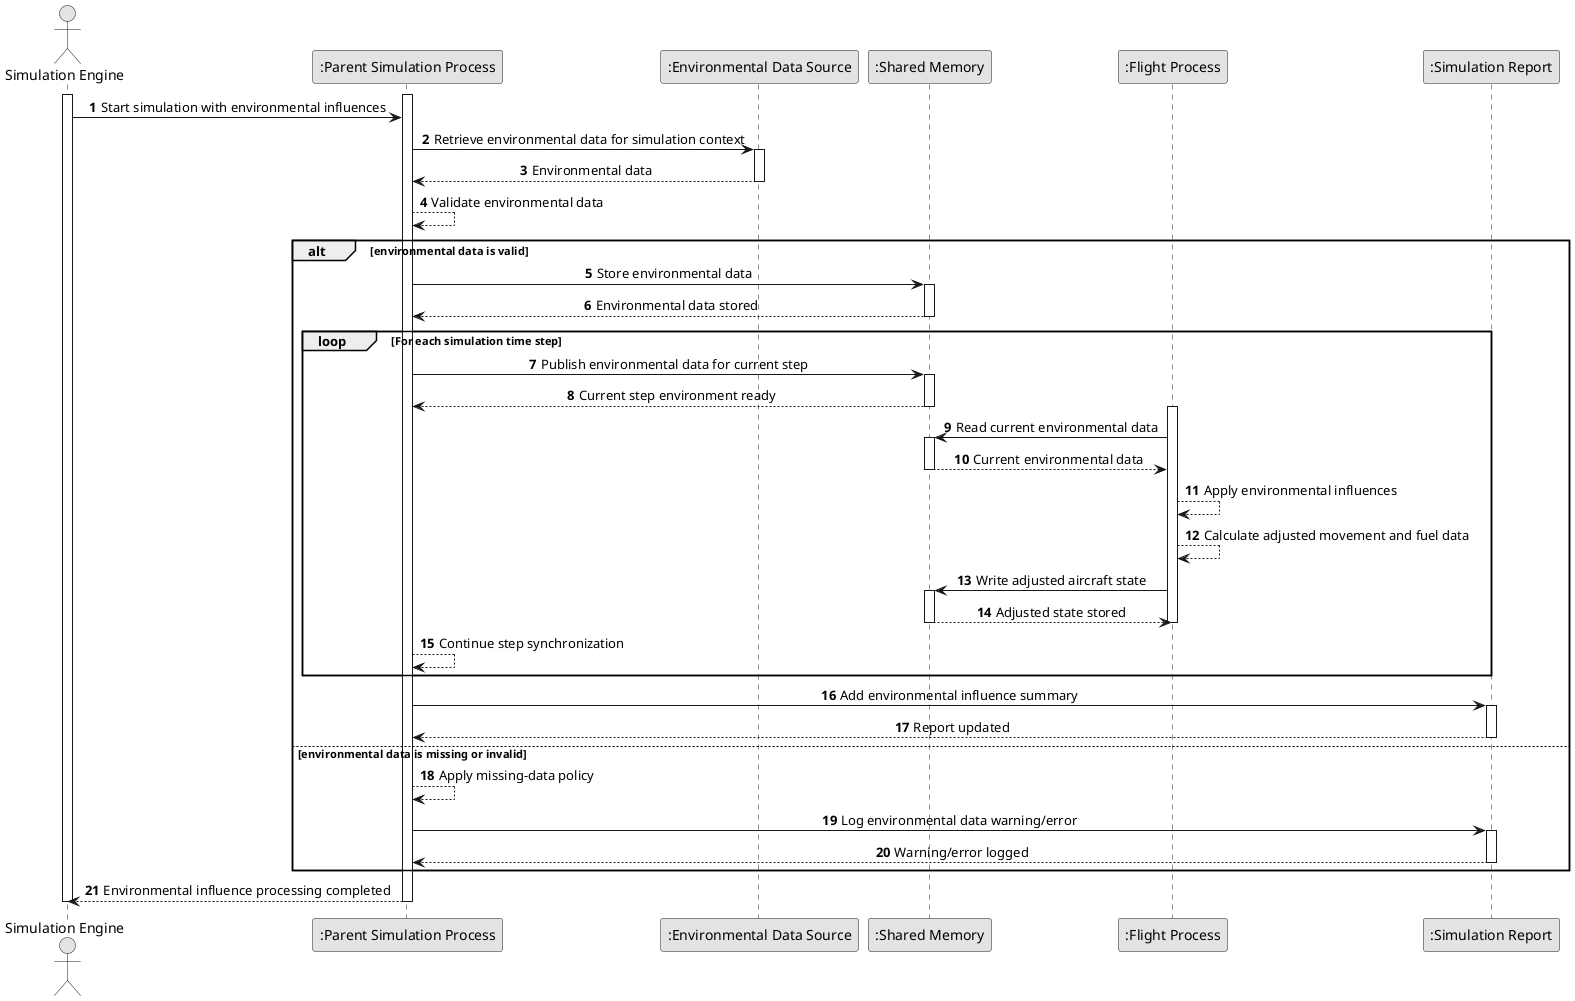
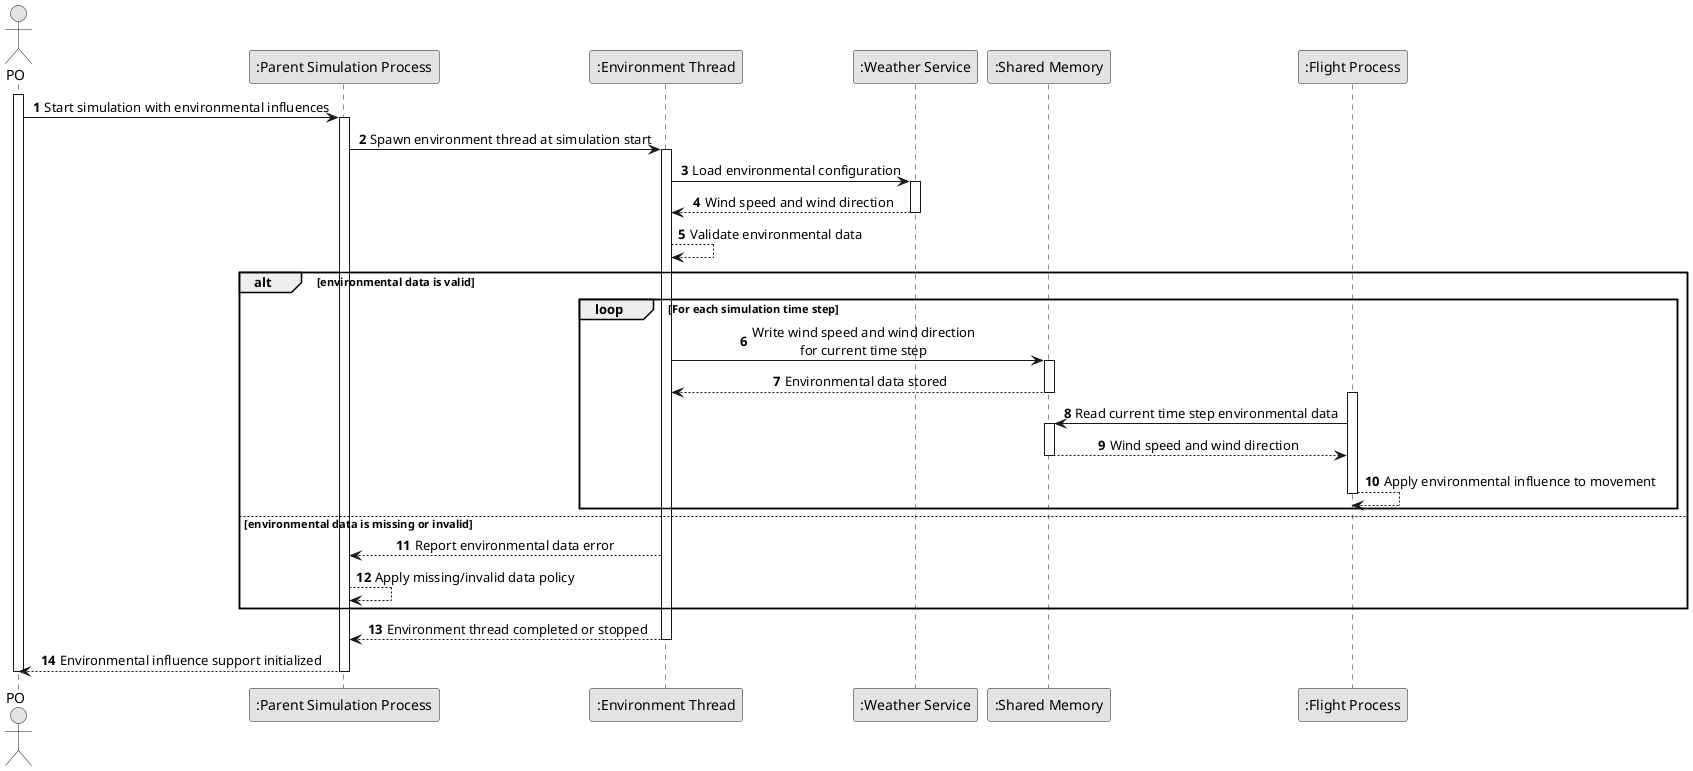
@startuml
skinparam monochrome true
skinparam packageStyle rectangle
skinparam shadowing false
skinparam sequenceMessageAlign center
autonumber

- actor "Simulation Engine" as Engine
+ actor "PO" as PO
participant ":Parent Simulation Process" as ParentProcess
- participant ":Environmental Data Source" as EnvSource
+ participant ":Environment Thread" as EnvironmentThread
+ participant ":Weather Service" as WeatherService
participant ":Shared Memory" as SharedMemory
participant ":Flight Process" as FlightProcess
- participant ":Simulation Report" as Report

- activate Engine
+ activate PO
+ 
+ PO -> ParentProcess : Start simulation with environmental influences
+ 
activate ParentProcess
+ ParentProcess -> EnvironmentThread : Spawn environment thread at simulation start

- Engine -> ParentProcess : Start simulation with environmental influences
+ activate EnvironmentThread
+ EnvironmentThread -> WeatherService : Load environmental configuration

- ParentProcess -> EnvSource : Retrieve environmental data for simulation context
- activate EnvSource
- EnvSource --> ParentProcess : Environmental data
- deactivate EnvSource
+ activate WeatherService
+ WeatherService --> EnvironmentThread : Wind speed and wind direction
+ deactivate WeatherService

- ParentProcess --> ParentProcess : Validate environmental data
+ EnvironmentThread --> EnvironmentThread : Validate environmental data

alt environmental data is valid

-     ParentProcess -> SharedMemory : Store environmental data
-     activate SharedMemory
-     SharedMemory --> ParentProcess : Environmental data stored
-     deactivate SharedMemory
- 
    loop For each simulation time step

-         ParentProcess -> SharedMemory : Publish environmental data for current step
+         EnvironmentThread -> SharedMemory : Write wind speed and wind direction\nfor current time step
+ 
        activate SharedMemory
-         SharedMemory --> ParentProcess : Current step environment ready
+         SharedMemory --> EnvironmentThread : Environmental data stored
        deactivate SharedMemory

        activate FlightProcess
-         FlightProcess -> SharedMemory : Read current environmental data
+         FlightProcess -> SharedMemory : Read current time step environmental data
+ 
        activate SharedMemory
-         SharedMemory --> FlightProcess : Current environmental data
+         SharedMemory --> FlightProcess : Wind speed and wind direction
        deactivate SharedMemory

-         FlightProcess --> FlightProcess : Apply environmental influences
-         FlightProcess --> FlightProcess : Calculate adjusted movement and fuel data
- 
-         FlightProcess -> SharedMemory : Write adjusted aircraft state
-         activate SharedMemory
-         SharedMemory --> FlightProcess : Adjusted state stored
-         deactivate SharedMemory
+         FlightProcess --> FlightProcess : Apply environmental influence to movement
        deactivate FlightProcess
- 
-         ParentProcess --> ParentProcess : Continue step synchronization

    end

-     ParentProcess -> Report : Add environmental influence summary
-     activate Report
-     Report --> ParentProcess : Report updated
-     deactivate Report
- 
else environmental data is missing or invalid

-     ParentProcess --> ParentProcess : Apply missing-data policy
-     ParentProcess -> Report : Log environmental data warning/error
-     activate Report
-     Report --> ParentProcess : Warning/error logged
-     deactivate Report
+     EnvironmentThread --> ParentProcess : Report environmental data error
+     ParentProcess --> ParentProcess : Apply missing/invalid data policy

end

- ParentProcess --> Engine : Environmental influence processing completed
+ EnvironmentThread --> ParentProcess : Environment thread completed or stopped
+ deactivate EnvironmentThread
+ 
+ ParentProcess --> PO : Environmental influence support initialized

deactivate ParentProcess
- deactivate Engine
+ deactivate PO

@enduml